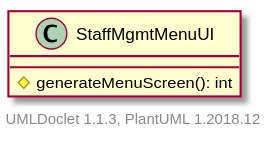
itachi1706/How-to-use-Git-NTUSCSE1819-Site keeps this PlantUML diagram as projects/oodp/html/umlversion/uml/sg.edu.ntu.scse.cz2002.ui.StaffMgmtMenuUI.svg. Above is the earlier version. Source of this version:
```plantuml
@startuml

    class StaffMgmtMenuUI {
        #generateMenuScreen(): int
    }


    center footer UMLDoclet 1.1.3, PlantUML 1.2018.12
@enduml
```
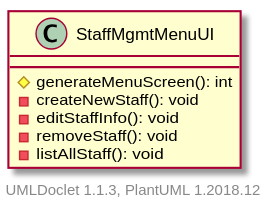
Later version of the same file.

Change to the diagram source:
```diff
@@ -1,7 +1,11 @@
 @startuml
 
-    class StaffMgmtMenuUI {
+    class StaffMgmtMenuUI [[../sg/edu/ntu/scse/cz2002/ui/StaffMgmtMenuUI.html]] {
         #generateMenuScreen(): int
+        -createNewStaff(): void
+        -editStaffInfo(): void
+        -removeStaff(): void
+        -listAllStaff(): void
     }
 
 
```
